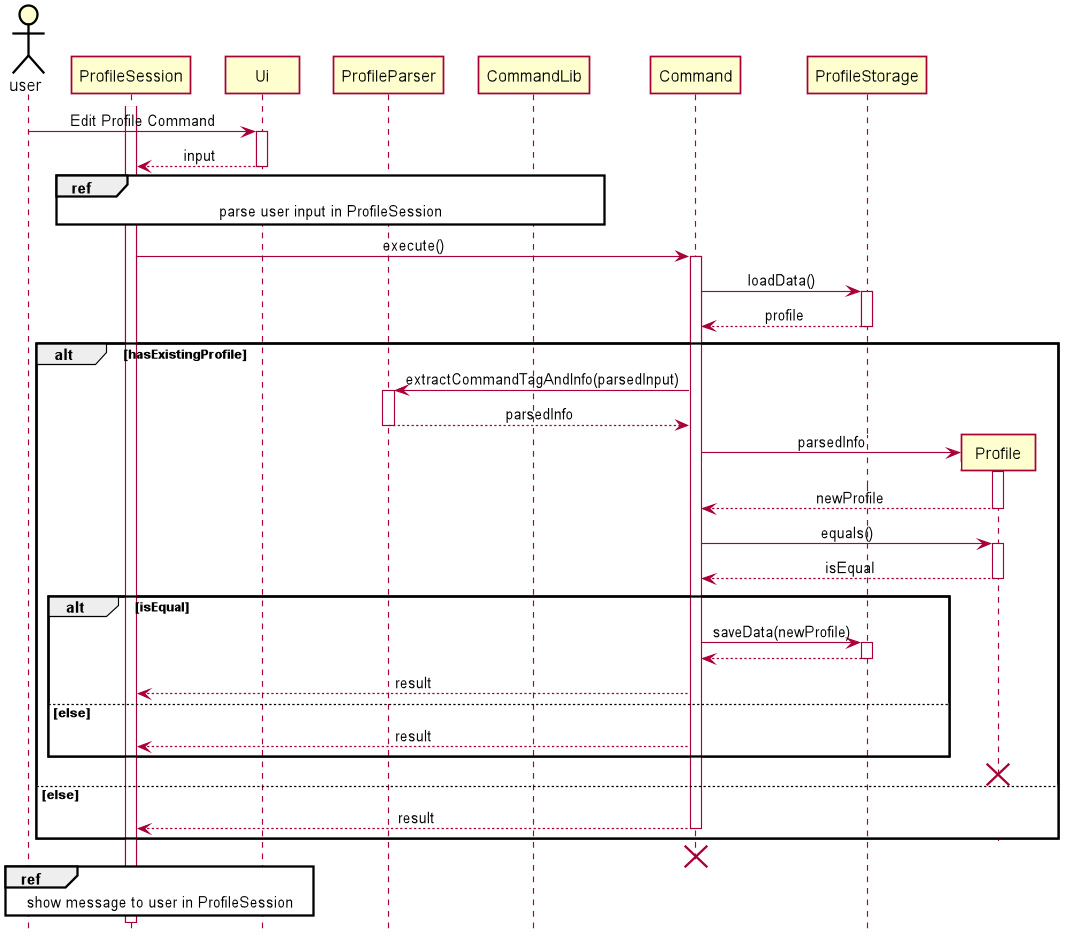
Before: docs/pictures/khoa/EditProfile.png, a diagram exported from PlantUML (zsk612/tp).
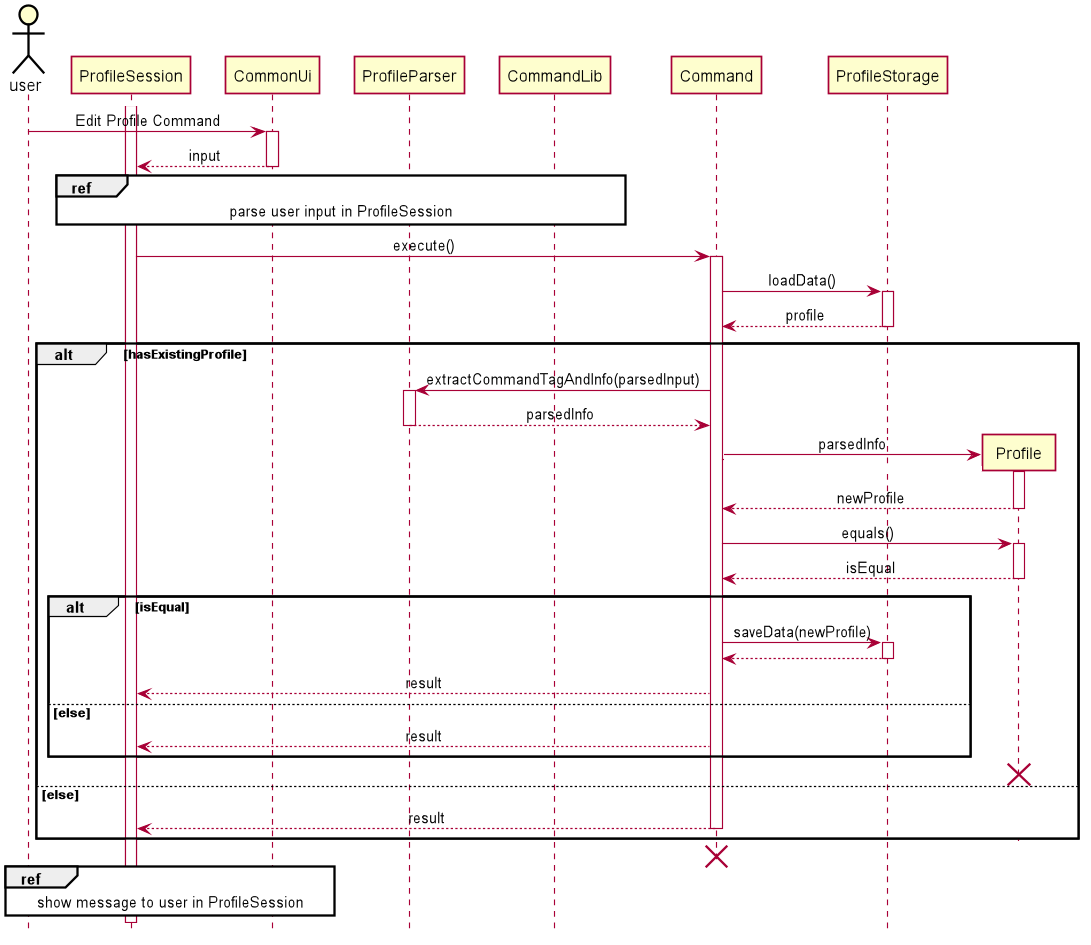
The same file after the commit.

The edit, as a diff of the source:
```diff
@@ -5,9 +5,9 @@
 
 
 skinparam Class {
-    FontColor #FFFFFF
+    FontColor #000000
     BorderThickness 1
-    BorderColor #FFFFFF
+    BorderColor #000000
     StereotypeFontColor #FFFFFF
     FontName Arial
 }
@@ -43,8 +43,8 @@
 
 actor user
 activate ProfileSession
-user -> Ui++ : Edit Profile Command
-Ui --> ProfileSession -- : input
+user -> CommonUi++ : Edit Profile Command
+CommonUi --> ProfileSession -- : input
 
 ref over ProfileSession, ProfileParser, CommandLib: parse user input in ProfileSession
 
@@ -74,6 +74,6 @@
 end
 destroy Command
 
-ref over user, ProfileSession, Ui: show message to user in ProfileSession
+ref over user, ProfileSession, CommonUi: show message to user in ProfileSession
 
 @enduml
```
